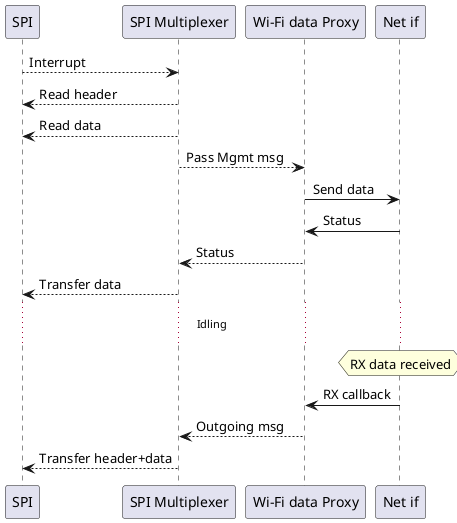
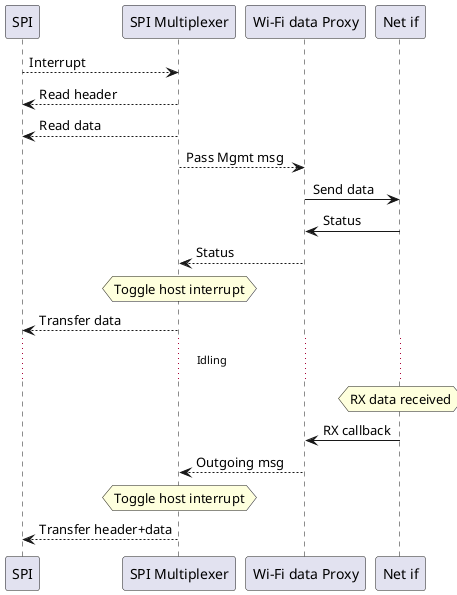
@startuml
participant SPI
participant SPIM as "SPI Multiplexer"
participant Proxy as "Wi-Fi data Proxy"
participant WiFiM as "Net if"
SPI --> SPIM: Interrupt
SPI <-- SPIM: Read header
SPI <-- SPIM: Read data
SPIM --> Proxy: Pass Mgmt msg
Proxy -> WiFiM: Send data
Proxy <- WiFiM: Status
Proxy --> SPIM: Status
+ hnote over SPIM: Toggle host interrupt
SPIM --> SPI: Transfer data
... Idling ...
hnote over WiFiM: RX data received
WiFiM -> Proxy: RX callback
Proxy --> SPIM: Outgoing msg
+ hnote over SPIM: Toggle host interrupt
SPIM --> SPI: Transfer header+data
@enduml